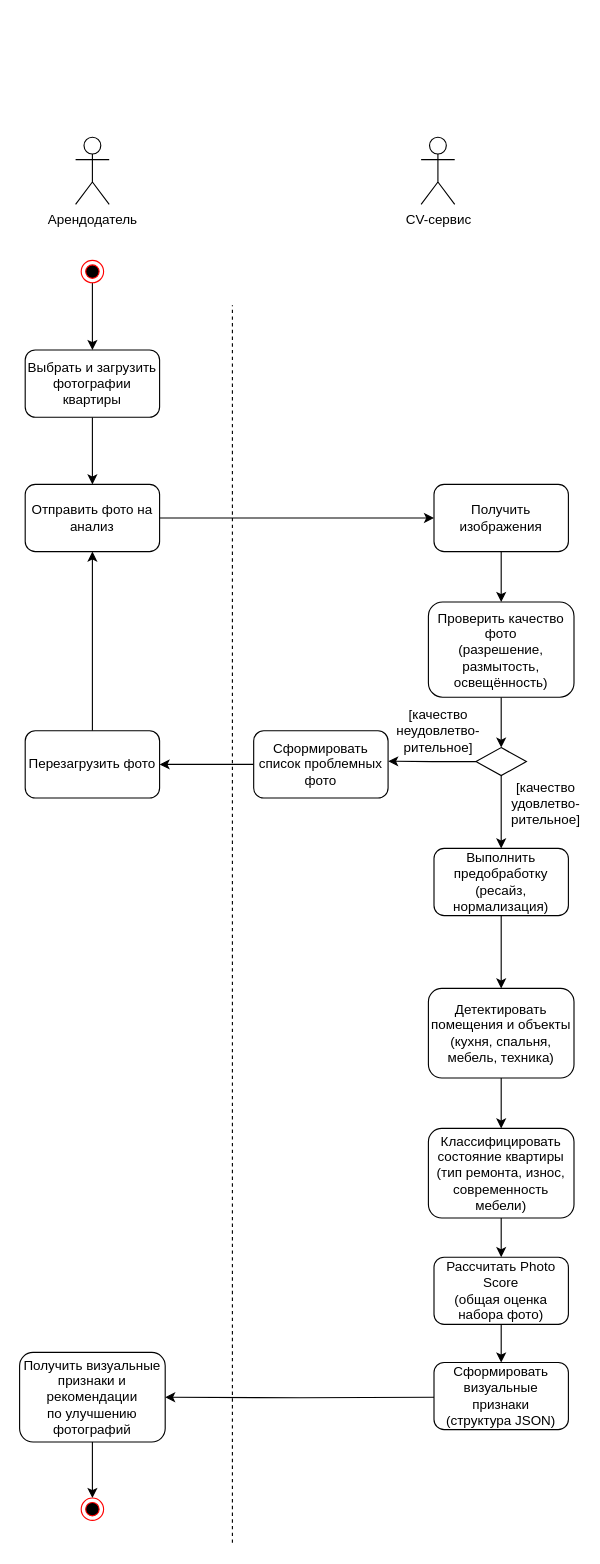
HeadMaxResh/system-engineering-playbook keeps this draw.io diagram as src/diagrams/UML - activity/activity_F2.drawio. Above is the earlier version. Source tidied: cells renumbered, new cells numbered last; positions are measured from the earlier drawing's top-left corner, leaving out a move shared by most shapes. Both pictures are drawn from the tidied source at 112%, with x=0, y=0 at pixel (19, 137).
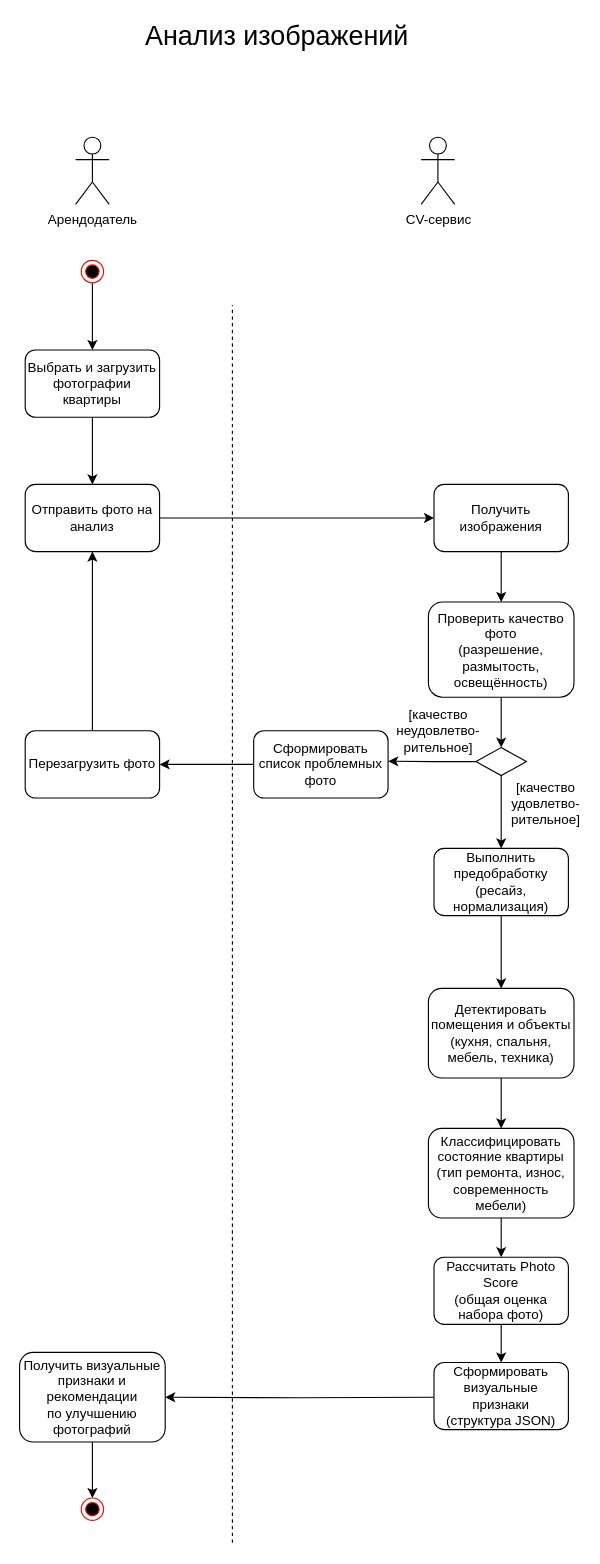
The same page after the edit.

The edit, as a diff of the source:
```diff
@@
+    <mxCell id="37" value="&lt;font style=&quot;font-size: 24px;&quot;&gt;Анализ изображений&lt;/font&gt;" style="text;html=1;whiteSpace=wrap;strokeColor=none;fillColor=none;align=center;verticalAlign=middle;rounded=0;" parent="1" vertex="1">
+      <mxGeometry x="80" y="-105" width="300" height="30" as="geometry" />
+    </mxCell>
```
